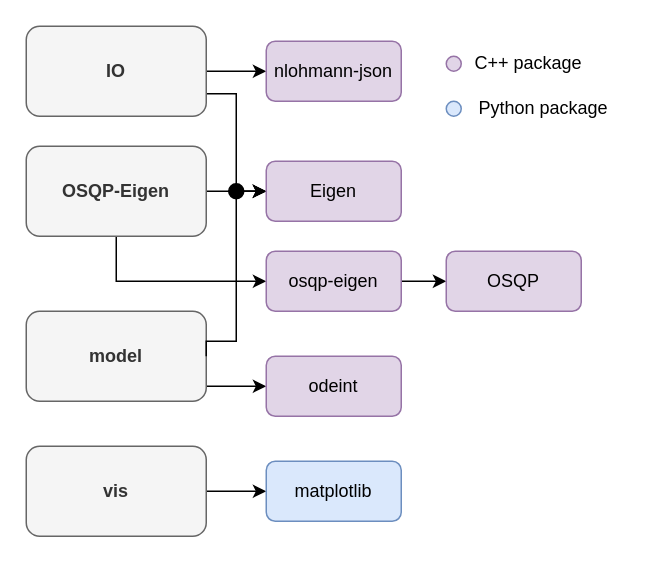
Earlier version of the draw.io diagram fig/dependancies.drawio (gotvinne/Light-weight-MPC). Source tidied: cells renumbered, new cells numbered last; positions are measured from the earlier drawing's top-left corner, leaving out a move shared by most shapes. Both pictures are drawn from the tidied source at 150%, with x=0, y=0 at pixel (26, 26).
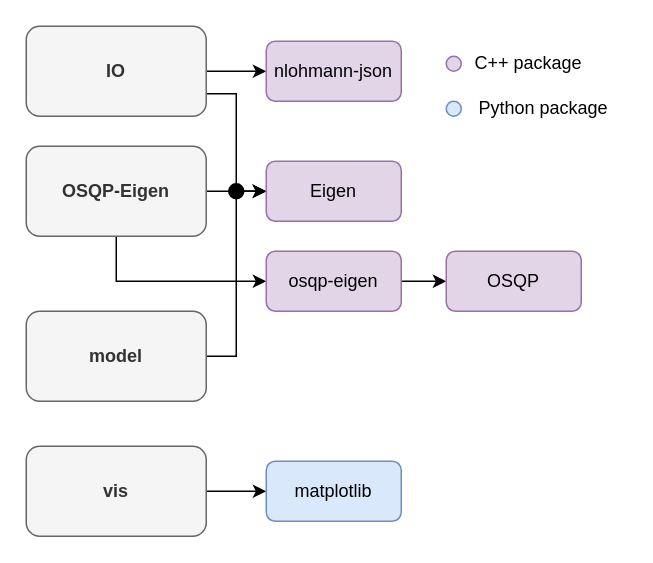
The same diagram, later.

The change refers to these unchanged cells:
```xml
<mxCell id="7" value="&lt;b&gt;model&lt;/b&gt;" style="rounded=1;whiteSpace=wrap;html=1;fillColor=#f5f5f5;fontColor=#333333;strokeColor=#666666;" parent="1" vertex="1">
  <mxGeometry y="190" width="120" height="60" as="geometry" />
</mxCell>
<mxCell id="21" style="ellipse;whiteSpace=wrap;html=1;fillColor=#000000;" parent="1" vertex="1">
  <mxGeometry x="135" y="105" width="10" height="10" as="geometry" />
</mxCell>
```

Change to the diagram source:
```diff
@@
-    <mxCell id="6" style="edgeStyle=orthogonalEdgeStyle;rounded=0;jettySize=auto;html=1;exitX=1;exitY=0.75;exitDx=0;exitDy=0;entryX=0;entryY=0.5;entryDx=0;entryDy=0;" parent="1" edge="1" source="7" target="19">
-      <mxGeometry relative="1" as="geometry">
-        <Array as="points">
-          <mxPoint x="120" y="240" />
-        </Array>
-      </mxGeometry>
-    </mxCell>
+    <mxCell id="20" style="edgeStyle=orthogonalEdgeStyle;rounded=0;jettySize=auto;html=1;exitX=1;exitY=0.5;exitDx=0;exitDy=0;entryX=0.5;entryY=1;entryDx=0;entryDy=0;endArrow=none;endFill=0;" parent="1" edge="1" source="7" target="21">
+      <mxGeometry relative="1" as="geometry" />
+    </mxCell>
@@
-    <mxCell id="19" value="odeint" style="rounded=1;whiteSpace=wrap;html=1;fillColor=#e1d5e7;strokeColor=#9673a6;" parent="1" vertex="1">
-      <mxGeometry x="160" y="220" width="90" height="40" as="geometry" />
-    </mxCell>
-    <mxCell id="20" style="edgeStyle=orthogonalEdgeStyle;rounded=0;jettySize=auto;html=1;exitX=1;exitY=0.5;exitDx=0;exitDy=0;endArrow=none;" parent="1" edge="1" source="7" target="21">
-      <mxGeometry relative="1" as="geometry">
-        <Array as="points">
-          <mxPoint x="120" y="210" />
-          <mxPoint x="140" y="210" />
-        </Array>
-      </mxGeometry>
-    </mxCell>
```
